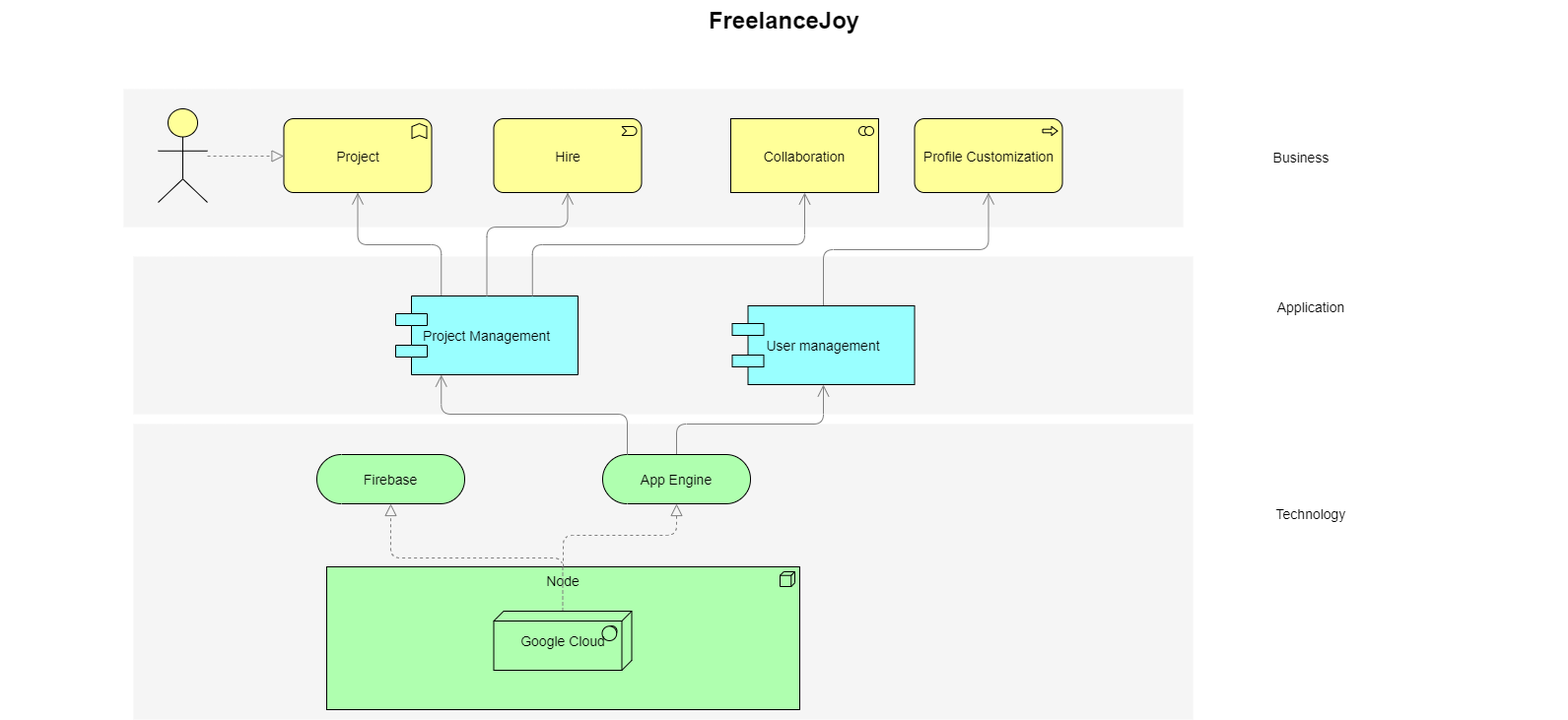
The draw.io diagram docs/images/architecture.png in gheorghitamutu/FreelanceJoy, before a commit. Source tidied: cells renumbered, new cells last; positions are measured from the earlier drawing's top-left corner, leaving out a move shared by most shapes.
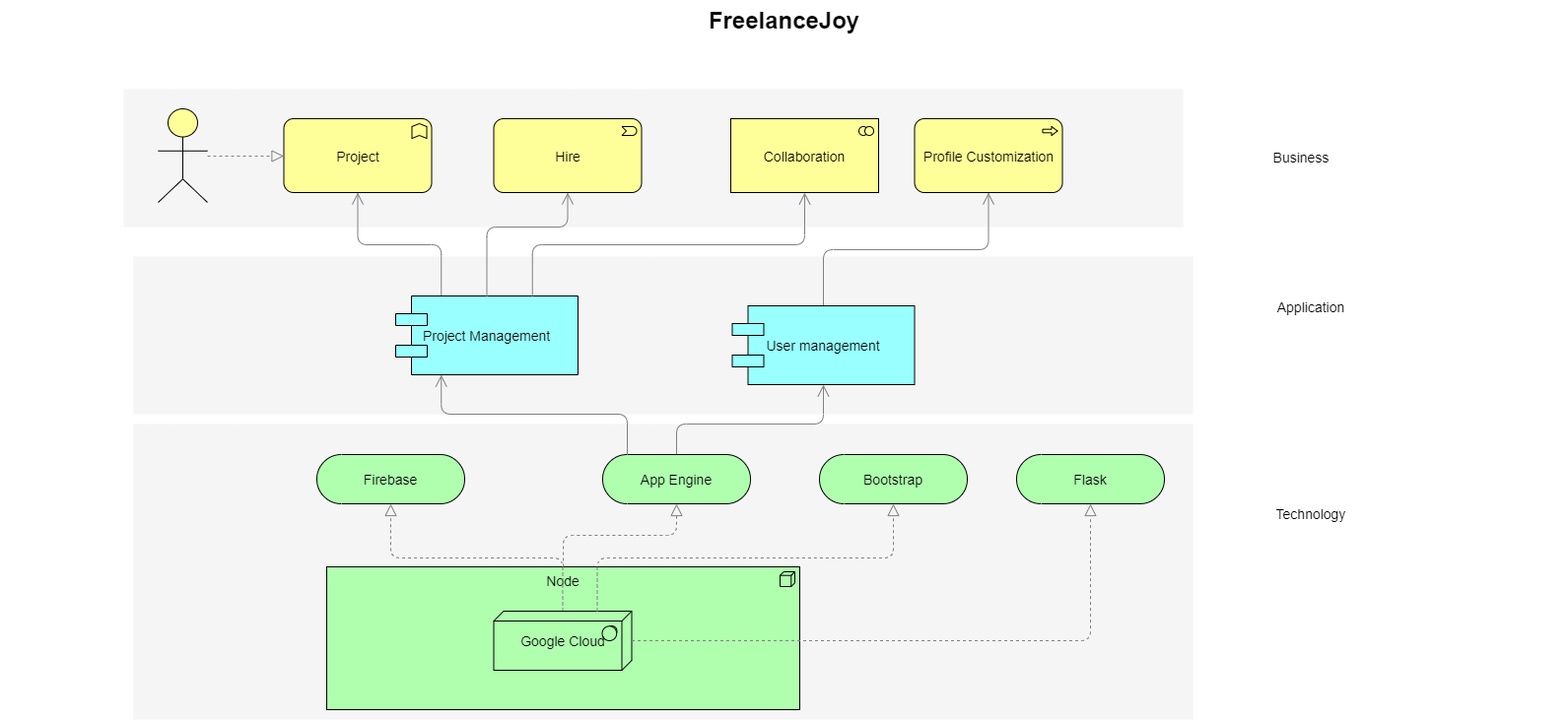
Above is the later version.

Commit message:
^ architecture diagram + architecture docs (WIP)

What changed in the source:
```diff
@@ -95,5 +95,21 @@
     <mxCell id="28" value="FreelanceJoy" style="text;strokeColor=none;fillColor=none;html=1;fontSize=24;fontStyle=1;verticalAlign=middle;align=center;" parent="1" vertex="1">
       <mxGeometry width="1590" height="40" as="geometry" />
     </mxCell>
+    <mxCell id="29" value="Bootstrap" style="html=1;whiteSpace=wrap;fillColor=#AFFFAF;shape=mxgraph.archimate3.service;fontSize=14;" parent="1" vertex="1">
+      <mxGeometry x="831" y="461" width="150" height="50" as="geometry" />
+    </mxCell>
+    <mxCell id="30" value="Flask" style="html=1;whiteSpace=wrap;fillColor=#AFFFAF;shape=mxgraph.archimate3.service;fontSize=14;" parent="1" vertex="1">
+      <mxGeometry x="1031" y="461" width="150" height="50" as="geometry" />
+    </mxCell>
+    <mxCell id="31" style="edgeStyle=elbowEdgeStyle;rounded=1;elbow=vertical;html=1;startSize=10;endArrow=block;endFill=0;endSize=10;jettySize=auto;strokeColor=#808080;fontSize=14;dashed=1;exitX=1;exitY=0.5;exitDx=0;exitDy=0;exitPerimeter=0;entryX=0.5;entryY=1;entryDx=0;entryDy=0;entryPerimeter=0;" parent="1" edge="1" source="7" target="30">
+      <mxGeometry relative="1" as="geometry">
+        <Array as="points">
+          <mxPoint x="811" y="650" />
+        </Array>
+      </mxGeometry>
+    </mxCell>
+    <mxCell id="32" style="edgeStyle=elbowEdgeStyle;rounded=1;elbow=vertical;html=1;startSize=10;endArrow=block;endFill=0;endSize=10;jettySize=auto;strokeColor=#808080;fontSize=14;dashed=1;entryX=0.5;entryY=1;entryDx=0;entryDy=0;entryPerimeter=0;exitX=0.75;exitY=0;exitDx=0;exitDy=0;exitPerimeter=0;" parent="1" edge="1" source="7" target="29">
+      <mxGeometry relative="1" as="geometry" />
+    </mxCell>
   </root>
 </mxGraphModel>
```
